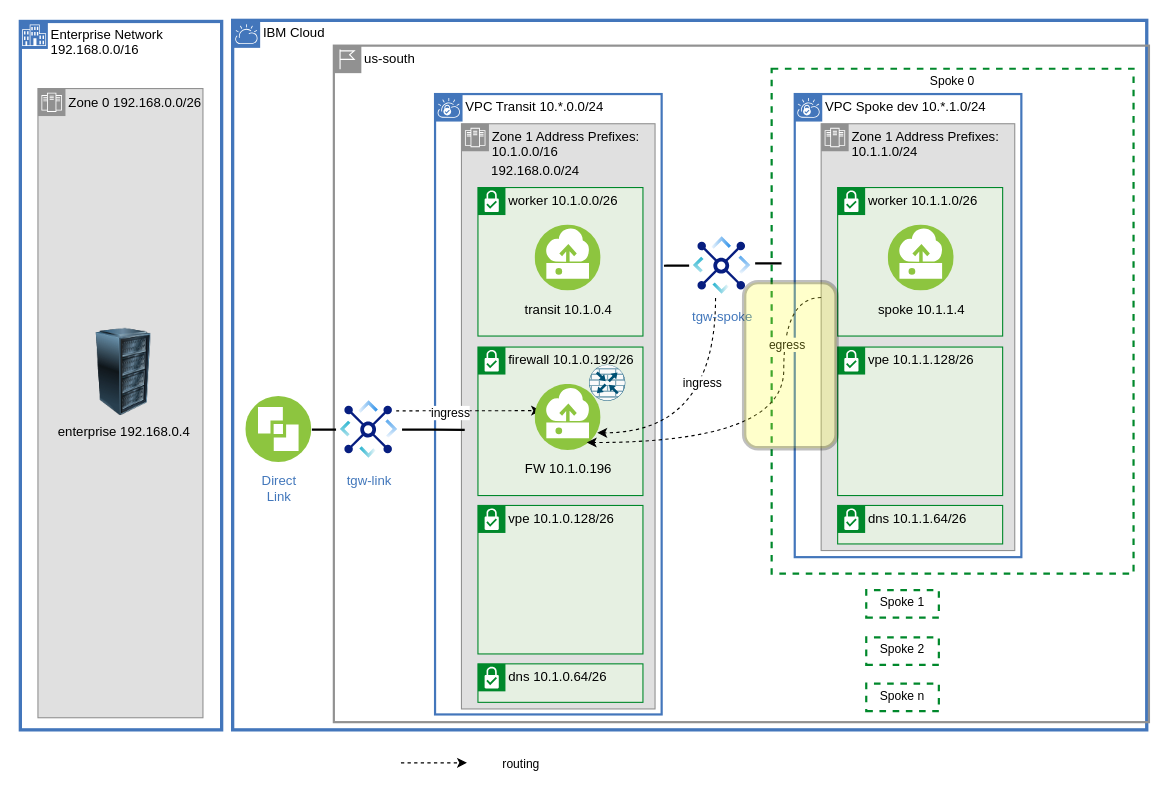
The draw.io diagram page "vpc-layout" (3 of 14) of diagrams/vpc-transit.drawio in ibm-cloud-docs/solution-tutorials, before the edit. Source tidied: cells renumbered, new cells numbered last; positions are measured from the earlier drawing's top-left corner, leaving out a move shared by most shapes. Both pictures are drawn from the tidied source at 110%, with x=0, y=0 at pixel (20, 20).
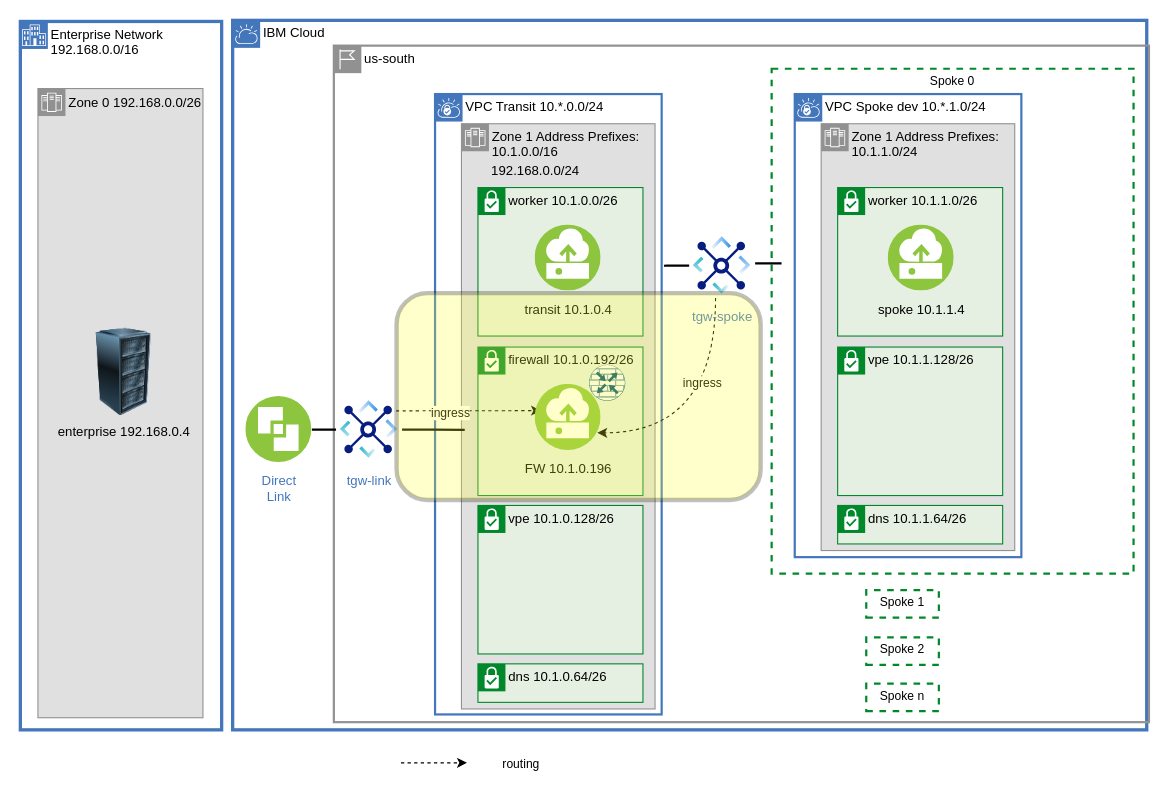
After the change.

Unchanged cells that the change refers to:
```xml
<mxCell id="6" value="Zone 1 Address Prefixes:&amp;nbsp; 10.1.1.0/24" style="shape=mxgraph.ibm.box;prType=zone;fontStyle=0;verticalAlign=top;align=left;spacingLeft=32;spacingTop=4;fillColor=#E0E0E0;rounded=0;whiteSpace=wrap;html=1;strokeColor=#919191;strokeWidth=1;dashed=0;spacing=-4;" parent="1" vertex="1">
  <mxGeometry x="728" y="94" width="176" height="388" as="geometry" />
</mxCell>
```

Change to the diagram source:
```diff
@@
-    <mxCell id="47" parent="0" />
-    <mxCell id="48" style="edgeStyle=orthogonalEdgeStyle;shape=connector;curved=1;rounded=0;jettySize=auto;html=1;entryX=0.75;entryY=1;entryDx=0;entryDy=0;dashed=1;labelBackgroundColor=default;strokeColor=default;strokeWidth=1;fontFamily=Helvetica;fontSize=11;fontColor=default;endArrow=classic;endFill=1;" parent="47" edge="1" source="6">
-      <mxGeometry relative="1" as="geometry">
-        <mxPoint x="514.9" y="383.8" as="targetPoint" />
-        <Array as="points">
-          <mxPoint x="694" y="252" />
-          <mxPoint x="694" y="384" />
-        </Array>
-      </mxGeometry>
-    </mxCell>
-    <mxCell id="49" value="egress" style="edgeLabel;html=1;align=center;verticalAlign=middle;fontSize=11;fontFamily=Helvetica;fontColor=default;" parent="48" vertex="1">
-      <mxGeometry x="-0.56" y="2" relative="1" as="geometry" />
-    </mxCell>
-    <mxCell id="50" parent="0" />
-    <mxCell id="51" style="rounded=1;whiteSpace=wrap;html=1;fontFamily=Helvetica;fontSize=11;fillColor=#FFFF33;strokeColor=#000000;opacity=25;strokeWidth=4;" parent="50" vertex="1">
-      <mxGeometry x="658" y="238" width="84" height="151" as="geometry" />
-    </mxCell>
+    <mxCell id="52" parent="0" />
+    <mxCell id="53" style="rounded=1;whiteSpace=wrap;html=1;fontFamily=Helvetica;fontSize=11;fillColor=#FFFF33;strokeColor=#000000;opacity=25;strokeWidth=4;" parent="52" vertex="1">
+      <mxGeometry x="342" y="248" width="331" height="188" as="geometry" />
+    </mxCell>
```
